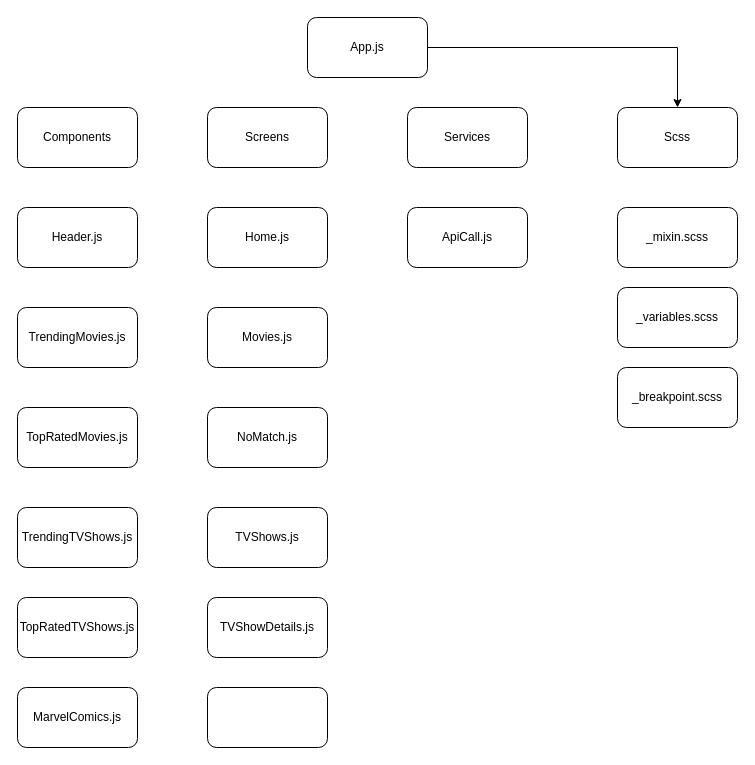
poovaic/korilla keeps this draw.io diagram as Untitled Diagram.drawio. Above is the earlier version. Source tidied: cells renumbered, new cells numbered last; positions are measured from the earlier drawing's top-left corner, leaving out a move shared by most shapes. Both pictures are drawn from the tidied source at 100%, with x=0, y=0 at pixel (17, 17).
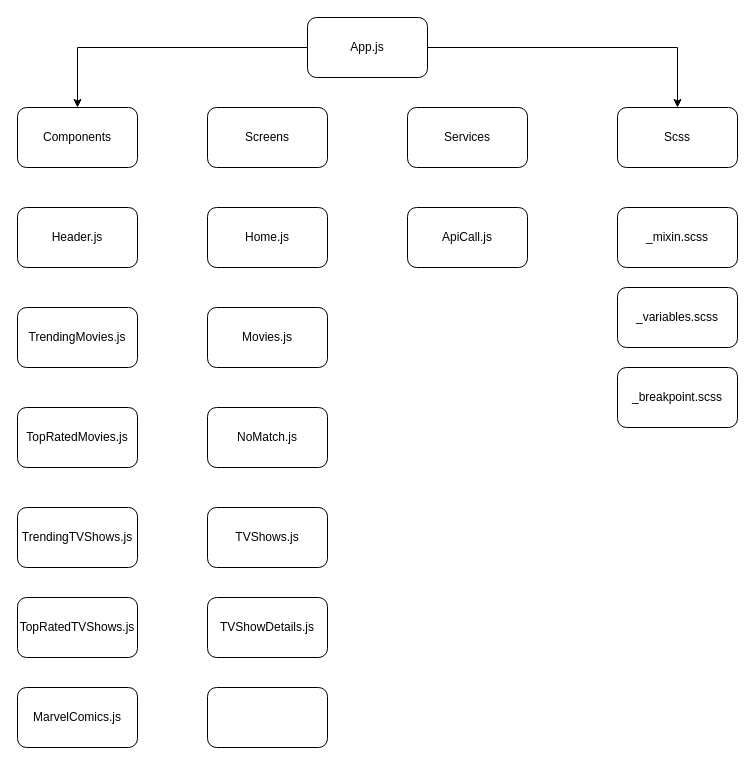
The same diagram, later.

The change refers to these unchanged cells:
```xml
<mxCell id="3" value="App.js" style="rounded=1;whiteSpace=wrap;html=1;" parent="1" vertex="1">
  <mxGeometry x="290" width="120" height="60" as="geometry" />
</mxCell>
<mxCell id="7" value="Components" style="rounded=1;whiteSpace=wrap;html=1;" parent="1" vertex="1">
  <mxGeometry y="90" width="120" height="60" as="geometry" />
</mxCell>
```

What changed in the source:
```diff
@@
+    <mxCell id="24" style="edgeStyle=orthogonalEdgeStyle;rounded=0;jettySize=auto;html=1;exitX=0;exitY=0.25;exitDx=0;exitDy=0;entryX=0.5;entryY=0;entryDx=0;entryDy=0;" parent="1" edge="1" source="3" target="7">
+      <mxGeometry relative="1" as="geometry">
+        <Array as="points">
+          <mxPoint x="290" y="30" />
+          <mxPoint x="60" y="30" />
+        </Array>
+      </mxGeometry>
+    </mxCell>
```
